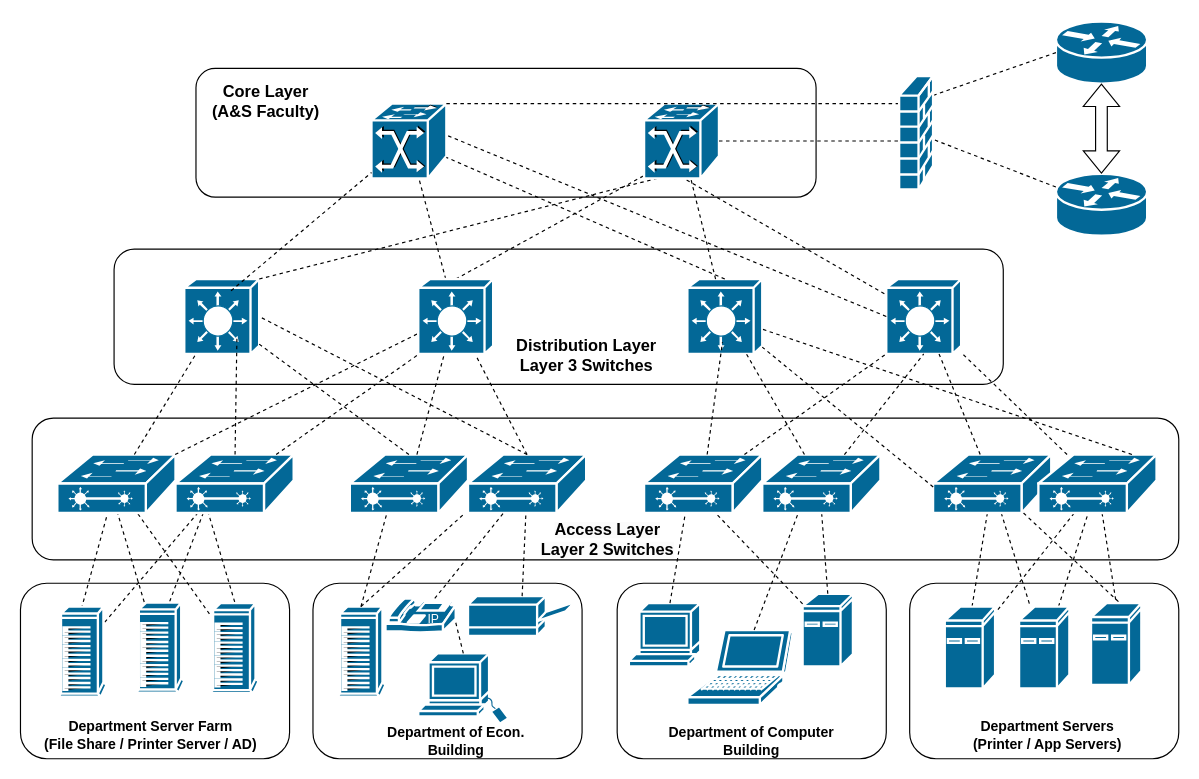
Before: page "Scenario 2 - P1" (1 of 2) of Untitled Diagram.drawio in geekcu/design-drawing, a draw.io diagram. Source tidied: cells renumbered, new cells numbered last; positions are measured from the earlier drawing's top-left corner, leaving out a move shared by most shapes. Both pictures are drawn from the tidied source at 117%, with x=0, y=0 at pixel (20, 21).
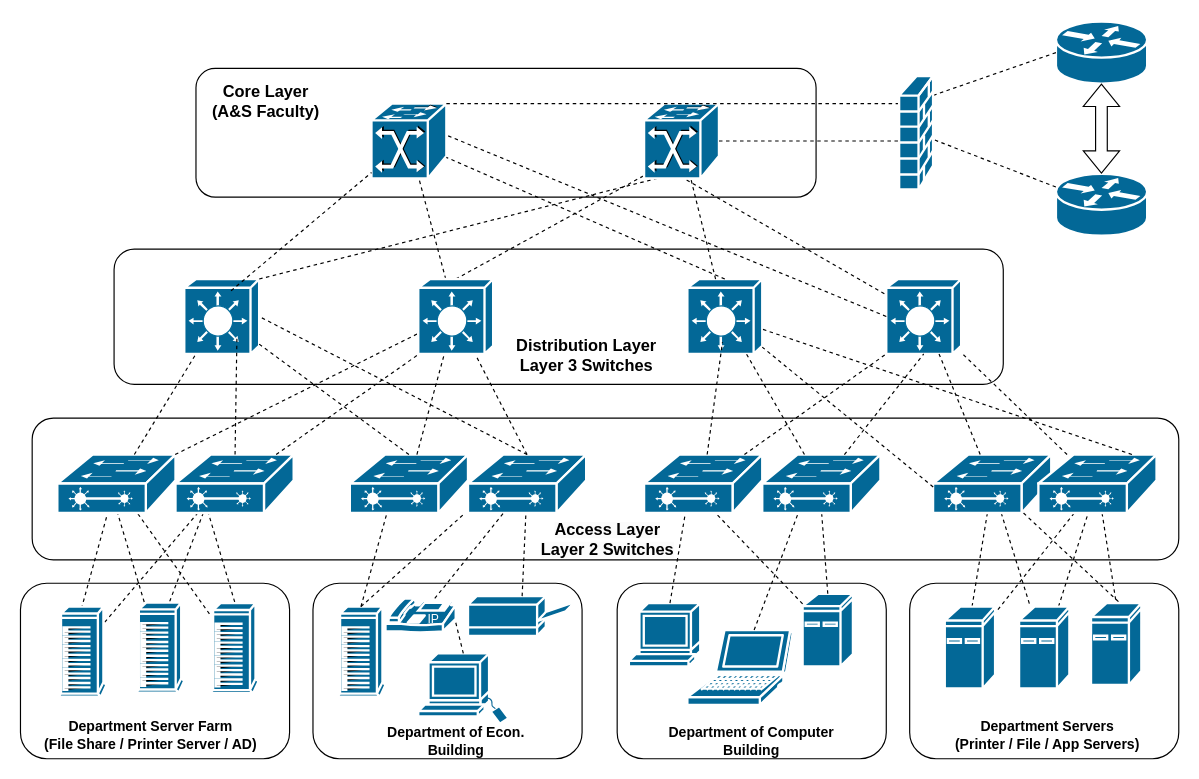
Above is the later version.

Diff of the diagram source:
```diff
@@
-    <mxCell id="32" value="&lt;b&gt;Department Servers&lt;br&gt;(Printer / App Servers)&lt;br&gt;&lt;/b&gt;" style="text;html=1;strokeColor=none;fillColor=none;align=center;verticalAlign=middle;whiteSpace=wrap;rounded=0;" parent="1" vertex="1">
+    <mxCell id="32" value="&lt;b&gt;Department Servers&lt;br&gt;(Printer / File / App Servers)&lt;br&gt;&lt;/b&gt;" style="text;html=1;strokeColor=none;fillColor=none;align=center;verticalAlign=middle;whiteSpace=wrap;rounded=0;" parent="1" vertex="1">
       <mxGeometry x="790" y="595" width="176" height="30" as="geometry" />
     </mxCell>
```
